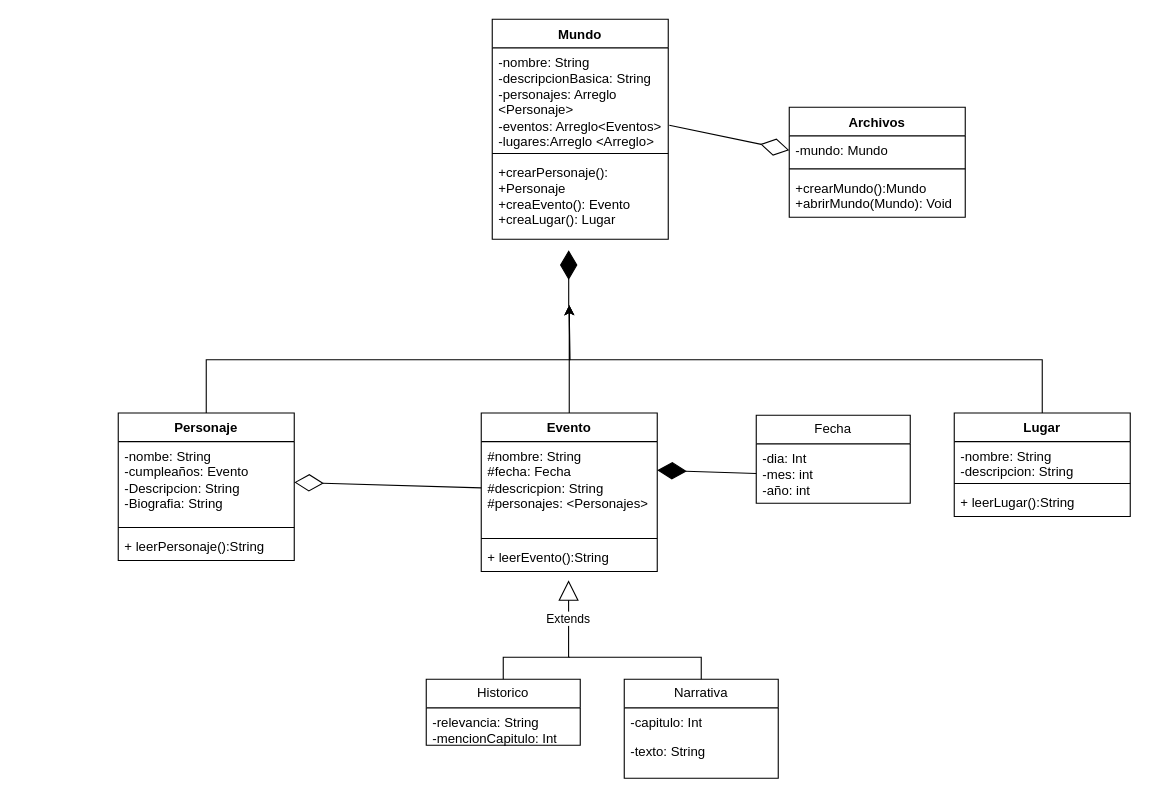
Earlier version of the draw.io diagram Diagrama sin título.drawio (Jh700wolf/Worldbuilding-tool). Source tidied: cells renumbered, new cells numbered last; positions are measured from the earlier drawing's top-left corner, leaving out a move shared by most shapes. Both pictures are drawn from the tidied source at 110%, with x=0, y=0 at pixel (118, 19).
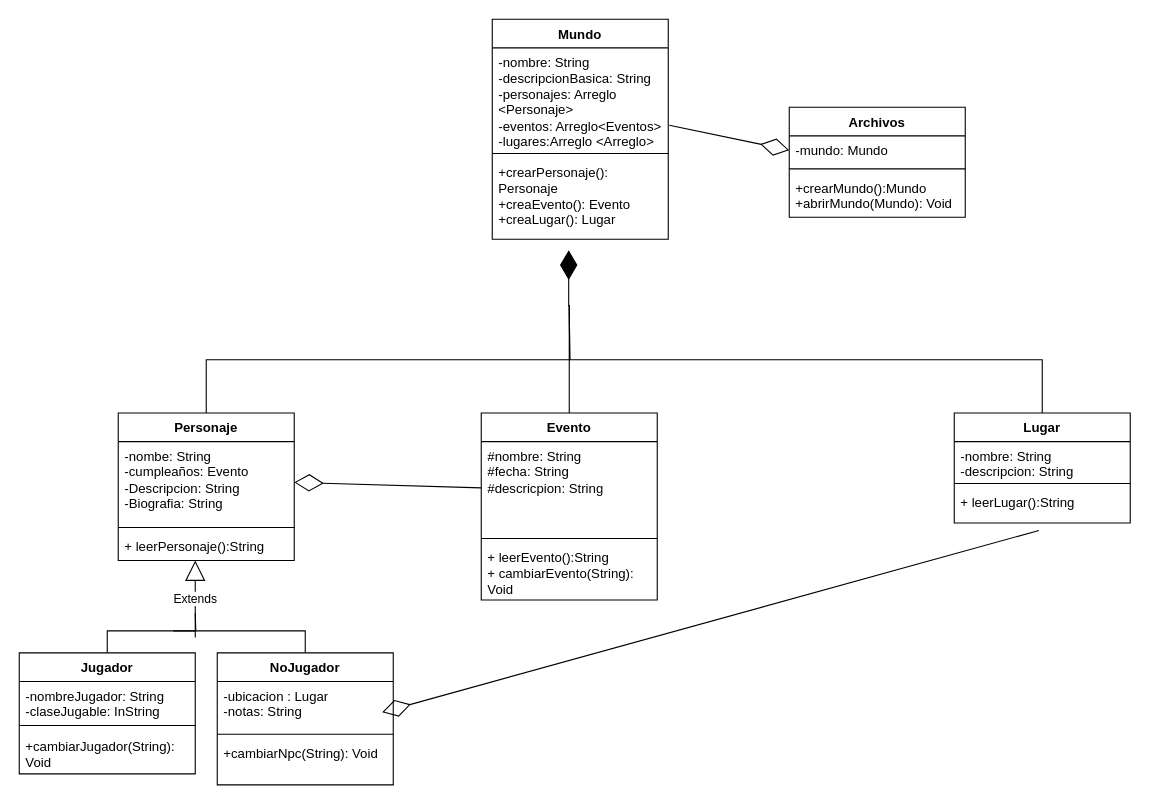
Above is the later version.

The change refers to these unchanged cells:
```xml
<mxCell id="2" value="Mundo" style="swimlane;fontStyle=1;align=center;verticalAlign=top;horizontal=1;startSize=26;whiteSpace=wrap;html=1;" parent="1" vertex="1">
  <mxGeometry x="340" width="160" height="200" as="geometry" />
</mxCell>
<mxCell id="7" value="Personaje" style="swimlane;fontStyle=1;align=center;verticalAlign=top;horizontal=1;startSize=26;whiteSpace=wrap;html=1;" parent="1" vertex="1">
  <mxGeometry y="358" width="160" height="134" as="geometry" />
</mxCell>
```

Change to the diagram source:
```diff
@@
-    <mxCell id="5" value="+crearPersonaje(): +Personaje&lt;br&gt;+creaEvento(): Evento&lt;br&gt;+creaLugar(): Lugar" style="text;strokeColor=none;fillColor=none;align=left;verticalAlign=top;spacingLeft=4;spacingRight=4;overflow=hidden;whiteSpace=wrap;html=1;" parent="2" vertex="1">
+    <mxCell id="5" value="+crearPersonaje(): Personaje&lt;br&gt;+creaEvento(): Evento&lt;br&gt;+creaLugar(): Lugar" style="text;strokeColor=none;fillColor=none;align=left;verticalAlign=top;spacingLeft=4;spacingRight=4;overflow=hidden;whiteSpace=wrap;html=1;" parent="2" vertex="1">
       <mxGeometry y="126" width="160" height="74" as="geometry" />
     </mxCell>
-    <mxCell id="6" style="edgeStyle=orthogonalEdgeStyle;rounded=0;jettySize=auto;html=1;exitX=0.5;exitY=0;exitDx=0;exitDy=0;" parent="1" edge="1" source="7">
+    <mxCell id="6" style="edgeStyle=orthogonalEdgeStyle;rounded=0;jettySize=auto;html=1;exitX=0.5;exitY=0;exitDx=0;exitDy=0;endArrow=none;endFill=0;" parent="1" edge="1" source="7">
       <mxGeometry relative="1" as="geometry">
         <mxPoint x="410" y="260" as="targetPoint" />
       </mxGeometry>
     </mxCell>
@@
-    <mxCell id="11" style="edgeStyle=orthogonalEdgeStyle;rounded=0;jettySize=auto;html=1;exitX=0.5;exitY=0;exitDx=0;exitDy=0;" parent="1" edge="1" source="12">
+    <mxCell id="11" style="edgeStyle=orthogonalEdgeStyle;rounded=0;jettySize=auto;html=1;exitX=0.5;exitY=0;exitDx=0;exitDy=0;endArrow=none;endFill=0;" parent="1" edge="1" source="12">
       <mxGeometry relative="1" as="geometry">
         <mxPoint x="410" y="260" as="targetPoint" />
       </mxGeometry>
     </mxCell>
     <mxCell id="12" value="Evento" style="swimlane;fontStyle=1;align=center;verticalAlign=top;horizontal=1;startSize=26;whiteSpace=wrap;html=1;" parent="1" vertex="1">
-      <mxGeometry x="330" y="358" width="160" height="144" as="geometry" />
+      <mxGeometry x="330" y="358" width="160" height="170" as="geometry" />
     </mxCell>
-    <mxCell id="13" value="#nombre: String&lt;br&gt;#fecha: Fecha&lt;br&gt;#descricpion: String&lt;br&gt;#personajes: &amp;lt;Personajes&amp;gt;" style="text;strokeColor=none;fillColor=none;align=left;verticalAlign=top;spacingLeft=4;spacingRight=4;overflow=hidden;points=[[0,0.5],[1,0.5]];portConstraint=eastwest;whiteSpace=wrap;html=1;" parent="12" vertex="1">
+    <mxCell id="13" value="#nombre: String&lt;br&gt;#fecha: String&lt;br&gt;#descricpion: String" style="text;strokeColor=none;fillColor=none;align=left;verticalAlign=top;spacingLeft=4;spacingRight=4;overflow=hidden;points=[[0,0.5],[1,0.5]];portConstraint=eastwest;whiteSpace=wrap;html=1;" parent="12" vertex="1">
       <mxGeometry y="26" width="160" height="84" as="geometry" />
     </mxCell>
@@
-    <mxCell id="15" value="+ leerEvento():String" style="text;strokeColor=none;fillColor=none;align=left;verticalAlign=top;spacingLeft=4;spacingRight=4;overflow=hidden;whiteSpace=wrap;html=1;" parent="12" vertex="1">
-      <mxGeometry y="118" width="160" height="26" as="geometry" />
+    <mxCell id="15" value="+ leerEvento():String&lt;br&gt;+ cambiarEvento(String): Void" style="text;strokeColor=none;fillColor=none;align=left;verticalAlign=top;spacingLeft=4;spacingRight=4;overflow=hidden;whiteSpace=wrap;html=1;" parent="12" vertex="1">
+      <mxGeometry y="118" width="160" height="52" as="geometry" />
     </mxCell>
-    <mxCell id="16" style="edgeStyle=orthogonalEdgeStyle;rounded=0;jettySize=auto;html=1;exitX=0.5;exitY=0;exitDx=0;exitDy=0;" parent="1" edge="1" source="17">
+    <mxCell id="16" style="edgeStyle=orthogonalEdgeStyle;rounded=0;jettySize=auto;html=1;exitX=0.5;exitY=0;exitDx=0;exitDy=0;endArrow=none;endFill=0;" parent="1" edge="1" source="17">
       <mxGeometry relative="1" as="geometry">
         <mxPoint x="410" y="260" as="targetPoint" />
       </mxGeometry>
     </mxCell>
     <mxCell id="17" value="Lugar" style="swimlane;fontStyle=1;align=center;verticalAlign=top;horizontal=1;startSize=26;whiteSpace=wrap;html=1;" parent="1" vertex="1">
-      <mxGeometry x="760" y="358" width="160" height="94" as="geometry" />
+      <mxGeometry x="760" y="358" width="160" height="100" as="geometry" />
     </mxCell>
@@
     <mxCell id="20" value="+ leerLugar():String" style="text;strokeColor=none;fillColor=none;align=left;verticalAlign=top;spacingLeft=4;spacingRight=4;overflow=hidden;points=[[0,0.5],[1,0.5]];portConstraint=eastwest;whiteSpace=wrap;html=1;" parent="17" vertex="1">
-      <mxGeometry y="68" width="160" height="26" as="geometry" />
+      <mxGeometry y="68" width="160" height="32" as="geometry" />
     </mxCell>
@@
-    <mxCell id="23" value="Fecha" style="swimlane;fontStyle=0;horizontal=1;startSize=26;fillColor=none;whiteSpace=wrap;html=1;" parent="1" vertex="1">
-      <mxGeometry x="580" y="360" width="140" height="80" as="geometry" />
-    </mxCell>
-    <mxCell id="24" value="-dia: Int&lt;br&gt;-mes: int&lt;br&gt;-año: int" style="text;strokeColor=none;fillColor=none;align=left;verticalAlign=top;spacingLeft=4;spacingRight=4;overflow=hidden;points=[[0,0.5],[1,0.5]];portConstraint=eastwest;whiteSpace=wrap;html=1;" parent="23" vertex="1">
-      <mxGeometry y="26" width="140" height="54" as="geometry" />
-    </mxCell>
-    <mxCell id="25" style="endArrow=diamondThin;endFill=1;endSize=24;html=1;rounded=0;exitX=0;exitY=0.5;exitDx=0;exitDy=0;" parent="1" edge="1" source="24">
-      <mxGeometry relative="1" as="geometry">
-        <mxPoint x="490" y="410" as="targetPoint" />
-      </mxGeometry>
-    </mxCell>
@@
-    <mxCell id="31" style="edgeStyle=orthogonalEdgeStyle;rounded=0;jettySize=auto;html=1;exitX=0.5;exitY=0;exitDx=0;exitDy=0;endArrow=none;endFill=0;" parent="1" edge="1" source="32">
-      <mxGeometry relative="1" as="geometry">
-        <mxPoint x="410" y="580" as="targetPoint" />
-      </mxGeometry>
-    </mxCell>
-    <mxCell id="32" value="Historico" style="swimlane;fontStyle=0;horizontal=1;startSize=26;fillColor=none;whiteSpace=wrap;html=1;" parent="1" vertex="1">
-      <mxGeometry x="280" y="600" width="140" height="60" as="geometry" />
-    </mxCell>
-    <mxCell id="33" value="-relevancia: String&lt;br&gt;-mencionCapitulo: Int" style="text;strokeColor=none;fillColor=none;align=left;verticalAlign=top;spacingLeft=4;spacingRight=4;overflow=hidden;whiteSpace=wrap;html=1;" parent="32" vertex="1">
-      <mxGeometry y="26" width="140" height="34" as="geometry" />
-    </mxCell>
-    <mxCell id="34" style="edgeStyle=orthogonalEdgeStyle;rounded=0;jettySize=auto;html=1;endArrow=none;endFill=0;" parent="1" edge="1" source="35">
+    <mxCell id="34" style="edgeStyle=orthogonalEdgeStyle;rounded=0;orthogonalLoop=1;jettySize=auto;html=1;endArrow=none;endFill=0;" parent="1" edge="1">
       <mxGeometry relative="1" as="geometry">
-        <mxPoint x="410" y="580" as="targetPoint" />
+        <mxPoint x="170" y="576" as="sourcePoint" />
+        <mxPoint x="50" y="556" as="targetPoint" />
         <Array as="points">
-          <mxPoint x="530" y="580" />
+          <mxPoint x="170" y="556" />
         </Array>
       </mxGeometry>
     </mxCell>
-    <mxCell id="35" value="Narrativa" style="swimlane;fontStyle=0;horizontal=1;startSize=26;fillColor=none;whiteSpace=wrap;html=1;" parent="1" vertex="1">
-      <mxGeometry x="460" y="600" width="140" height="90" as="geometry" />
-    </mxCell>
-    <mxCell id="36" value="-capitulo: Int" style="text;strokeColor=none;fillColor=none;align=left;verticalAlign=top;spacingLeft=4;spacingRight=4;overflow=hidden;whiteSpace=wrap;html=1;" parent="35" vertex="1">
-      <mxGeometry y="26" width="140" height="26" as="geometry" />
-    </mxCell>
-    <mxCell id="37" value="-texto: String" style="text;strokeColor=none;fillColor=none;align=left;verticalAlign=top;spacingLeft=4;spacingRight=4;overflow=hidden;whiteSpace=wrap;html=1;" parent="35" vertex="1">
-      <mxGeometry y="52" width="140" height="38" as="geometry" />
-    </mxCell>
     <mxCell id="38" value="Extends" style="endArrow=block;endSize=16;endFill=0;html=1;rounded=0;" parent="1" edge="1">
       <mxGeometry relative="1" as="geometry">
-        <mxPoint x="409.4" y="580" as="sourcePoint" />
-        <mxPoint x="409.4" y="510" as="targetPoint" />
+        <mxPoint x="70" y="562" as="sourcePoint" />
+        <mxPoint x="70" y="492" as="targetPoint" />
       </mxGeometry>
     </mxCell>
+    <mxCell id="39" style="endArrow=diamondThin;endFill=0;endSize=24;html=1;rounded=0;entryX=1;entryY=0.5;entryDx=0;entryDy=0;exitX=0.481;exitY=1.211;exitDx=0;exitDy=0;exitPerimeter=0;" parent="1" edge="1" source="20">
+      <mxGeometry relative="1" as="geometry">
+        <mxPoint x="240" y="630" as="targetPoint" />
+      </mxGeometry>
+    </mxCell>
+    <mxCell id="40" style="edgeStyle=orthogonalEdgeStyle;rounded=0;jettySize=auto;html=1;exitX=0.5;exitY=0;exitDx=0;exitDy=0;endArrow=none;endFill=0;" parent="1" edge="1" source="41">
+      <mxGeometry relative="1" as="geometry">
+        <mxPoint x="70" y="540" as="targetPoint" />
+      </mxGeometry>
+    </mxCell>
+    <mxCell id="41" value="Jugador" style="swimlane;fontStyle=1;align=center;verticalAlign=top;horizontal=1;startSize=26;whiteSpace=wrap;html=1;" parent="1" vertex="1">
+      <mxGeometry x="-90" y="576" width="160" height="110" as="geometry" />
+    </mxCell>
+    <mxCell id="42" value="-nombreJugador: String&lt;br style=&quot;border-color: var(--border-color);&quot;&gt;-claseJugable: InString" style="text;strokeColor=none;fillColor=none;align=left;verticalAlign=top;spacingLeft=4;spacingRight=4;overflow=hidden;whiteSpace=wrap;html=1;" parent="41" vertex="1">
+      <mxGeometry y="26" width="160" height="34" as="geometry" />
+    </mxCell>
+    <mxCell id="43" style="line;strokeWidth=1;fillColor=none;align=left;verticalAlign=middle;spacingTop=-1;spacingLeft=3;spacingRight=3;labelPosition=right;strokeColor=inherit;" parent="41" vertex="1">
+      <mxGeometry y="60" width="160" height="12" as="geometry" />
+    </mxCell>
+    <mxCell id="44" value="+cambiarJugador(String): Void" style="text;strokeColor=none;fillColor=none;align=left;verticalAlign=top;spacingLeft=4;spacingRight=4;overflow=hidden;whiteSpace=wrap;html=1;" parent="41" vertex="1">
+      <mxGeometry y="72" width="160" height="38" as="geometry" />
+    </mxCell>
+    <mxCell id="45" value="NoJugador" style="swimlane;fontStyle=1;align=center;verticalAlign=top;horizontal=1;startSize=26;whiteSpace=wrap;html=1;" parent="1" vertex="1">
+      <mxGeometry x="90" y="576" width="160" height="120" as="geometry" />
+    </mxCell>
+    <mxCell id="46" value="-ubicacion : Lugar&lt;br&gt;-notas: String" style="text;strokeColor=none;fillColor=none;align=left;verticalAlign=top;spacingLeft=4;spacingRight=4;overflow=hidden;whiteSpace=wrap;html=1;" parent="45" vertex="1">
+      <mxGeometry y="26" width="160" height="44" as="geometry" />
+    </mxCell>
+    <mxCell id="47" style="line;strokeWidth=1;fillColor=none;align=left;verticalAlign=middle;spacingTop=-1;spacingLeft=3;spacingRight=3;labelPosition=right;strokeColor=inherit;" parent="45" vertex="1">
+      <mxGeometry y="70" width="160" height="8" as="geometry" />
+    </mxCell>
+    <mxCell id="48" value="+cambiarNpc(String): Void" style="text;strokeColor=none;fillColor=none;align=left;verticalAlign=top;spacingLeft=4;spacingRight=4;overflow=hidden;whiteSpace=wrap;html=1;" parent="45" vertex="1">
+      <mxGeometry y="78" width="160" height="42" as="geometry" />
+    </mxCell>
```
